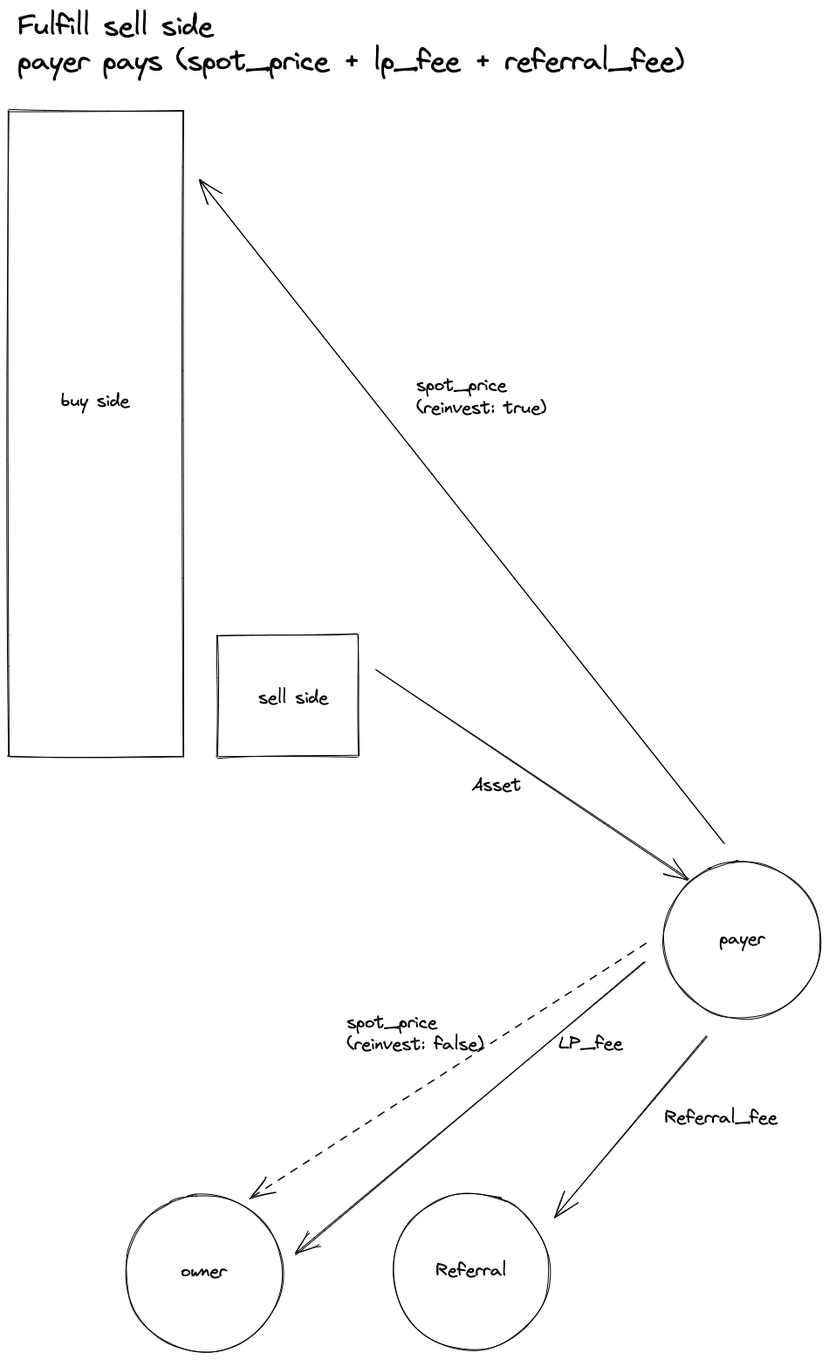
Earlier version of the Excalidraw export docs/fulfill_sell.excalidraw.png (me-foundation/mmm). Source tidied: one line per element, renumbered; positions are measured from the earlier drawing's top-left corner, leaving out a move shared by most shapes.
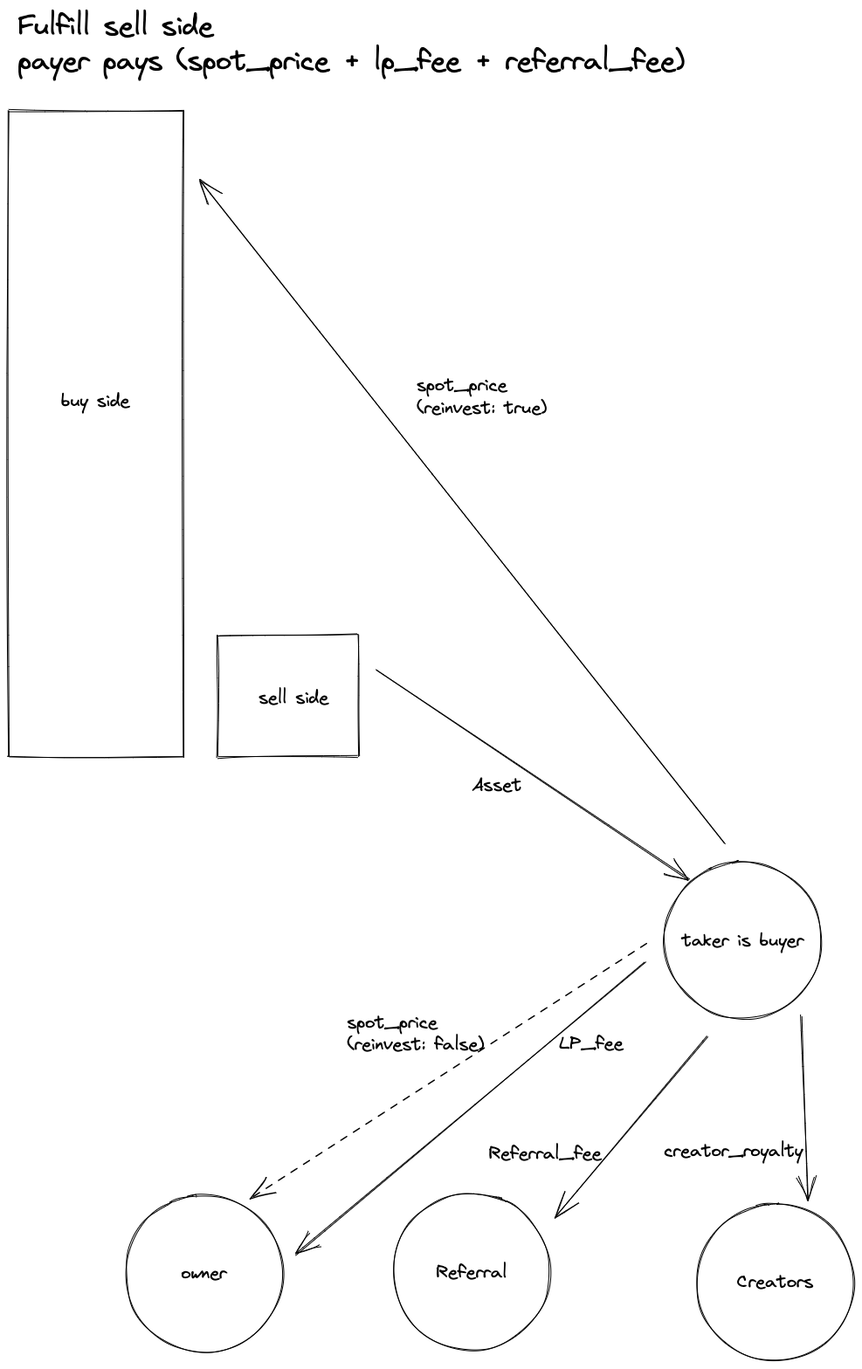
The same diagram one commit later.

Change to the diagram source:
```diff
@@ -5,7 +5,7 @@
 {"id": 4, "type": "ellipse", "strokeColor": "#000000", "strokeWidth": 1, "roughness": 1, "x": 134, "y": 1359, "width": 180, "height": 180}
 {"id": 5, "type": "text", "text": "owner", "strokeColor": "#000000", "strokeWidth": 1, "roughness": 1, "fontSize": 20, "fontFamily": 1, "textAlign": "center", "verticalAlign": "middle", "inside": 4, "x": 197, "y": 1436, "width": 54, "height": 25}
 {"id": 6, "type": "ellipse", "strokeColor": "#000000", "strokeWidth": 1, "roughness": 1, "x": 750, "y": 977, "width": 180, "height": 180}
-{"id": 7, "type": "text", "text": "payer", "strokeColor": "#000000", "strokeWidth": 1, "roughness": 1, "fontSize": 20, "fontFamily": 1, "textAlign": "center", "verticalAlign": "middle", "inside": 6, "x": 814, "y": 1055, "width": 54, "height": 25}
+{"id": 7, "type": "text", "text": "taker is buyer", "strokeColor": "#000000", "strokeWidth": 1, "roughness": 1, "fontSize": 20, "fontFamily": 1, "textAlign": "center", "verticalAlign": "middle", "inside": 6, "x": 756, "y": 1055, "width": 170, "height": 25}
 {"id": 8, "type": "text", "text": "spot_price\n(reinvest: true)", "strokeColor": "#000000", "strokeWidth": 1, "roughness": 1, "fontSize": 20, "fontFamily": 1, "x": 467, "y": 420, "width": 150, "height": 51}
 {"id": 9, "type": "text", "text": "Asset", "strokeColor": "#000000", "strokeWidth": 1, "roughness": 1, "fontSize": 20, "fontFamily": 1, "x": 530, "y": 877, "width": 58, "height": 25}
 {"id": 10, "type": "arrow", "strokeColor": "#000000", "strokeWidth": 1, "roughness": 1, "endArrowhead": "arrow", "from": 6, "to": 4, "x": 728, "y": 1091, "width": 401, "height": 337, "points": [[0, 0], [-401, 337]]}
@@ -15,7 +15,11 @@
 {"id": 14, "type": "ellipse", "strokeColor": "#000000", "strokeWidth": 1, "roughness": 1, "x": 440, "y": 1357, "width": 180, "height": 180}
 {"id": 15, "type": "text", "text": "Referral", "strokeColor": "#000000", "strokeWidth": 1, "roughness": 1, "fontSize": 20, "fontFamily": 1, "textAlign": "center", "verticalAlign": "middle", "inside": 14, "x": 488, "y": 1435, "width": 83, "height": 25}
 {"id": 16, "type": "arrow", "strokeColor": "#000000", "strokeWidth": 1, "roughness": 1, "endArrowhead": "arrow", "from": 6, "to": 14, "x": 800, "y": 1177, "width": 172, "height": 205, "points": [[0, 0], [-172, 205]]}
-{"id": 17, "type": "text", "text": "Referral_fee", "strokeColor": "#000000", "strokeWidth": 1, "roughness": 1, "fontSize": 20, "fontFamily": 1, "x": 752, "y": 1258, "width": 131, "height": 25}
+{"id": 17, "type": "text", "text": "Referral_fee", "strokeColor": "#000000", "strokeWidth": 1, "roughness": 1, "fontSize": 20, "fontFamily": 1, "x": 550, "y": 1299, "width": 131, "height": 25}
 {"id": 18, "type": "arrow", "strokeColor": "#000000", "strokeWidth": 1, "strokeStyle": "dashed", "roughness": 1, "endArrowhead": "arrow", "from": 6, "to": 4, "x": 730, "y": 1072, "width": 453, "height": 289, "points": [[0, 0], [-453, 289]]}
 {"id": 19, "type": "text", "text": "spot_price\n(reinvest: false)", "strokeColor": "#000000", "strokeWidth": 1, "roughness": 1, "fontSize": 20, "fontFamily": 1, "x": 387, "y": 1149, "width": 158, "height": 51}
 {"id": 20, "type": "text", "text": "Fulfill sell side\npayer pays (spot_price + lp_fee + referral_fee)", "strokeColor": "#000000", "strokeWidth": 1, "strokeStyle": "dashed", "roughness": 1, "fontSize": 31.4, "fontFamily": 1, "x": 10, "y": 0, "width": 765, "height": 80}
+{"id": 21, "type": "ellipse", "strokeColor": "#000000", "strokeWidth": 1, "roughness": 1, "x": 788, "y": 1369, "width": 180, "height": 180}
+{"id": 22, "type": "text", "text": "Creators", "strokeColor": "#000000", "strokeWidth": 1, "roughness": 1, "fontSize": 20, "fontFamily": 1, "textAlign": "center", "verticalAlign": "middle", "inside": 21, "x": 793, "y": 1446, "width": 170, "height": 25}
+{"id": 23, "type": "arrow", "strokeColor": "#000000", "strokeWidth": 1, "roughness": 1, "endArrowhead": "arrow", "from": 6, "to": 21, "x": 908, "y": 1153, "width": 7, "height": 212, "points": [[0, 0], [7, 212]]}
+{"id": 24, "type": "text", "text": "creator_royalty", "strokeColor": "#000000", "strokeWidth": 1, "roughness": 1, "fontSize": 20, "fontFamily": 1, "x": 751, "y": 1296, "width": 160, "height": 25}
```
